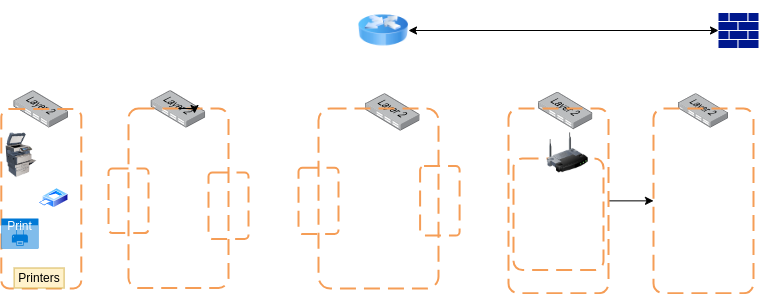
Earlier version of the draw.io export secured_network_topology.drawio.png (MwarumbaH-5523/Secured_Networks_Topology). Source tidied: cells renumbered, new cells last; positions are measured from the earlier drawing's top-left corner, leaving out a move shared by most shapes.
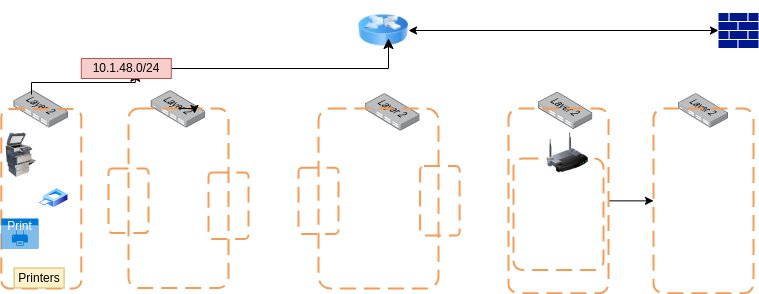
The same file after the commit.

Diff of the diagram source:
```diff
@@ -77,5 +77,18 @@
     <mxCell id="26" value="Printers" style="text;html=1;strokeColor=#d6b656;fillColor=#fff2cc;align=center;verticalAlign=middle;whiteSpace=wrap;overflow=hidden;" parent="1" vertex="1">
       <mxGeometry x="12.6" y="267.5" width="50" height="20" as="geometry" />
     </mxCell>
+    <mxCell id="27" style="edgeStyle=elbowEdgeStyle;elbow=vertical;endArrow=classic;html=1;curved=0;rounded=0;endSize=8;startSize=8;exitX=0.32;exitY=0.102;exitDx=0;exitDy=0;exitPerimeter=0;entryX=0.6;entryY=0.633;entryDx=0;entryDy=0;entryPerimeter=0;" parent="1" edge="1" source="29" target="3">
+      <mxGeometry relative="1" as="geometry">
+        <Array as="points">
+          <mxPoint x="187" y="68" />
+        </Array>
+      </mxGeometry>
+    </mxCell>
+    <mxCell id="28" style="edgeStyle=elbowEdgeStyle;elbow=vertical;endArrow=classic;html=1;curved=0;rounded=0;endSize=8;startSize=8;exitX=0.32;exitY=0.102;exitDx=0;exitDy=0;exitPerimeter=0;entryX=0.6;entryY=0.633;entryDx=0;entryDy=0;entryPerimeter=0;" parent="1" edge="1" source="9" target="29">
+      <mxGeometry relative="1" as="geometry" />
+    </mxCell>
+    <mxCell id="29" value="10.1.48.0/24" style="text;html=1;strokeColor=#b85450;fillColor=#f8cecc;align=center;verticalAlign=middle;whiteSpace=wrap;overflow=hidden;" parent="1" vertex="1">
+      <mxGeometry x="79.8" y="58" width="90" height="20" as="geometry" />
+    </mxCell>
   </root>
 </mxGraphModel>
```
